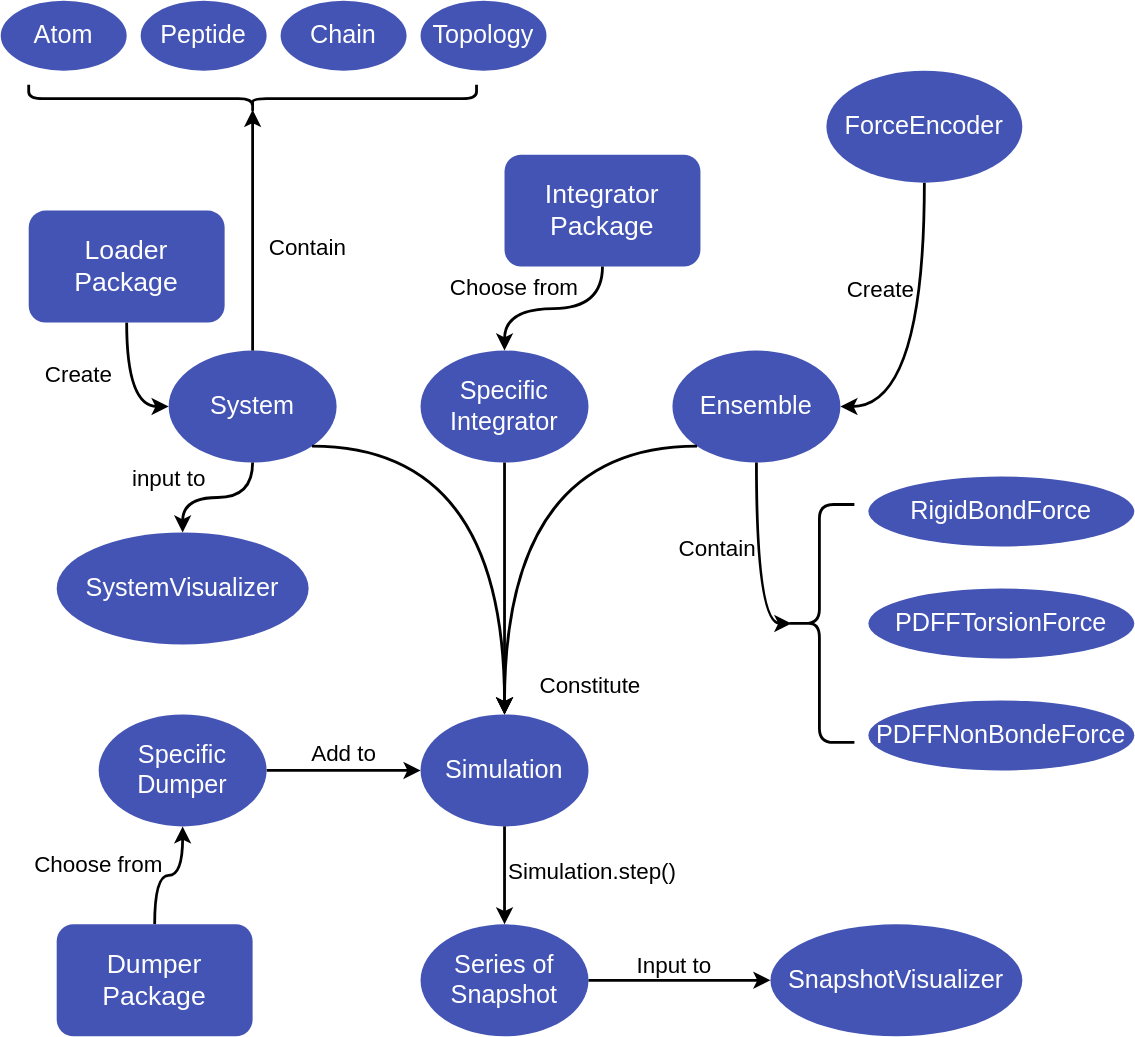
Before: docs/src/quick_start/images/openpd.svg, a diagram exported from draw.io (openpd-dev/openpd). Source tidied: cells renumbered, new cells last; positions are measured from the earlier drawing's top-left corner, leaving out a move shared by most shapes.
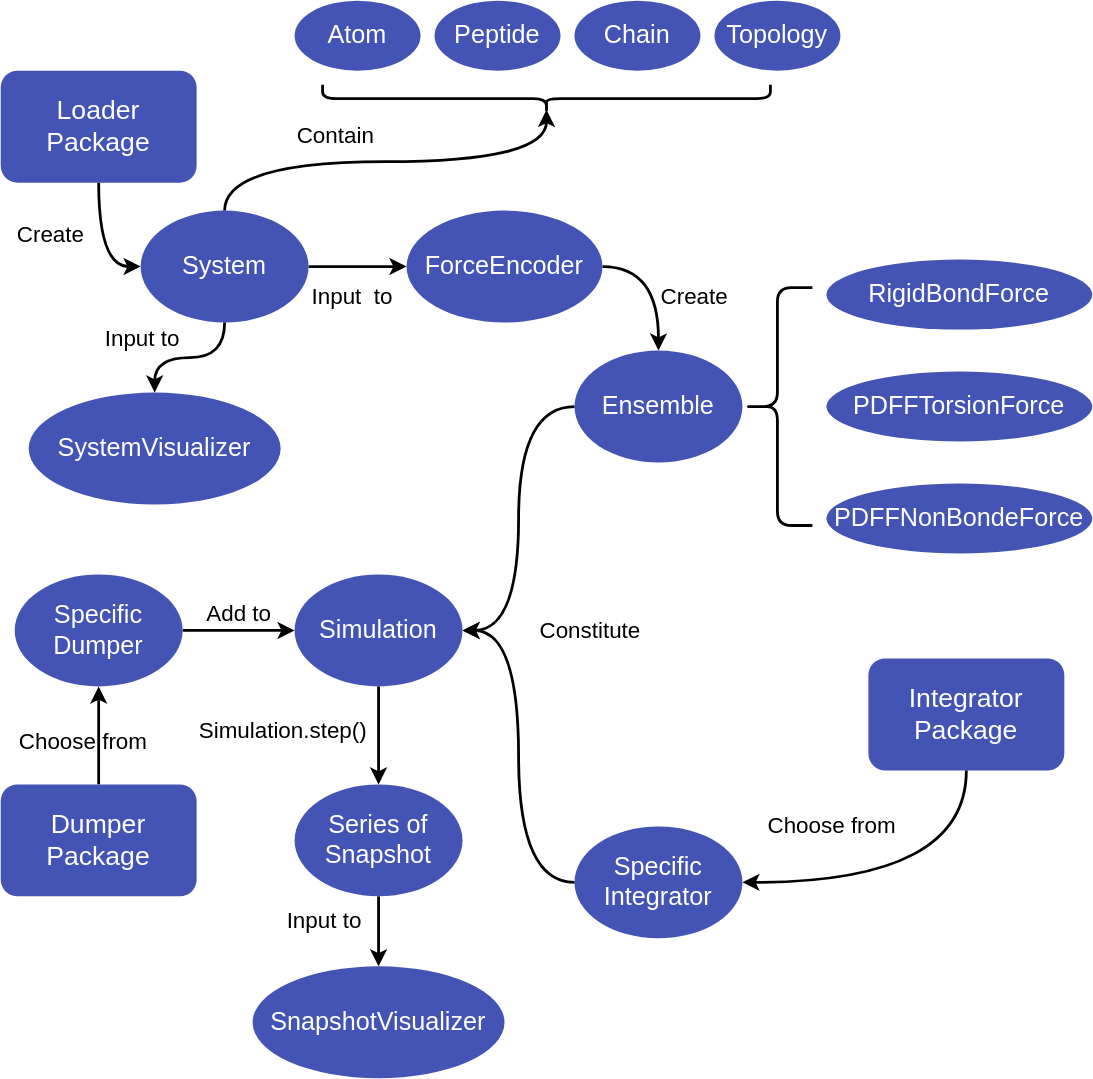
After the commit.

Commit message:
Update openpd flowchart

Change to the diagram source:
```diff
@@ -2,6 +2,14 @@
   <root>
     <mxCell id="0" />
     <mxCell id="1" parent="0" />
+    <mxCell id="46" style="edgeStyle=orthogonalEdgeStyle;rounded=0;jettySize=auto;html=1;exitX=1;exitY=0.5;exitDx=0;exitDy=0;entryX=0;entryY=0.5;entryDx=0;entryDy=0;curved=1;strokeWidth=2;" parent="1" edge="1" source="2" target="16">
+      <mxGeometry relative="1" as="geometry" />
+    </mxCell>
+    <mxCell id="47" value="Input&amp;nbsp; to" style="edgeLabel;html=1;align=center;verticalAlign=middle;fontSize=16;labelBackgroundColor=none;" parent="46" vertex="1">
+      <mxGeometry x="0.44" y="18" relative="1" as="geometry">
+        <mxPoint x="-20.6" y="38" as="offset" />
+      </mxGeometry>
+    </mxCell>
     <mxCell id="2" value="&lt;font color=&quot;#ffffff&quot; style=&quot;font-size: 18px&quot;&gt;System&lt;/font&gt;" style="ellipse;whiteSpace=wrap;html=1;shadow=0;strokeColor=none;fillColor=#4454b4;" parent="1" vertex="1">
       <mxGeometry x="120" y="340" width="120" height="80" as="geometry" />
     </mxCell>
@@ -17,128 +25,119 @@
       <mxGeometry x="20" y="240" width="140" height="80" as="geometry" />
     </mxCell>
     <mxCell id="6" style="shape=curlyBracket;whiteSpace=wrap;html=1;rounded=1;labelBackgroundColor=none;strokeColor=#000000;fillColor=#4050b5;fontSize=16;rotation=-90;shadow=0;strokeWidth=2;" parent="1" vertex="1">
-      <mxGeometry x="170" width="20" height="320" as="geometry" />
+      <mxGeometry x="400" y="100" width="20" height="320" as="geometry" />
     </mxCell>
     <mxCell id="7" style="edgeStyle=orthogonalEdgeStyle;curved=1;rounded=0;jettySize=auto;html=1;exitX=0.5;exitY=0;exitDx=0;exitDy=0;entryX=0.1;entryY=0.5;entryDx=0;entryDy=0;entryPerimeter=0;fontSize=16;strokeWidth=2;" parent="1" edge="1" source="2" target="6">
       <mxGeometry y="240" as="geometry" />
     </mxCell>
     <mxCell id="8" value="Contain" style="edgeLabel;html=1;align=left;verticalAlign=top;fontSize=16;labelBackgroundColor=none;" parent="7" vertex="1">
       <mxGeometry x="-0.12" y="2" relative="1" as="geometry">
-        <mxPoint x="12" y="-14.7" as="offset" />
+        <mxPoint x="-46.9" y="-33.1" as="offset" />
       </mxGeometry>
     </mxCell>
     <mxCell id="9" value="&lt;font color=&quot;#ffffff&quot; style=&quot;font-size: 18px&quot;&gt;Atom&lt;/font&gt;" style="ellipse;whiteSpace=wrap;html=1;shadow=0;strokeColor=none;fillColor=#4454b4;" parent="1" vertex="1">
-      <mxGeometry y="90" width="90" height="50" as="geometry" />
+      <mxGeometry x="230" y="190" width="90" height="50" as="geometry" />
     </mxCell>
     <mxCell id="10" value="&lt;font color=&quot;#ffffff&quot; style=&quot;font-size: 18px&quot;&gt;Peptide&lt;/font&gt;" style="ellipse;whiteSpace=wrap;html=1;shadow=0;strokeColor=none;fillColor=#4454b4;" parent="1" vertex="1">
-      <mxGeometry x="100" y="90" width="90" height="50" as="geometry" />
+      <mxGeometry x="330" y="190" width="90" height="50" as="geometry" />
     </mxCell>
     <mxCell id="11" value="&lt;font color=&quot;#ffffff&quot; style=&quot;font-size: 18px&quot;&gt;Chain&lt;/font&gt;" style="ellipse;whiteSpace=wrap;html=1;shadow=0;strokeColor=none;fillColor=#4454b4;" parent="1" vertex="1">
-      <mxGeometry x="200" y="90" width="90" height="50" as="geometry" />
+      <mxGeometry x="430" y="190" width="90" height="50" as="geometry" />
     </mxCell>
     <mxCell id="12" value="&lt;font color=&quot;#ffffff&quot; style=&quot;font-size: 18px&quot;&gt;Topology&lt;/font&gt;" style="ellipse;whiteSpace=wrap;html=1;shadow=0;strokeColor=none;fillColor=#4454b4;" parent="1" vertex="1">
-      <mxGeometry x="300" y="90" width="90" height="50" as="geometry" />
+      <mxGeometry x="530" y="190" width="90" height="50" as="geometry" />
     </mxCell>
+    <mxCell id="29" style="edgeStyle=orthogonalEdgeStyle;curved=1;rounded=0;jettySize=auto;html=1;exitX=0;exitY=0.5;exitDx=0;exitDy=0;entryX=1;entryY=0.5;entryDx=0;entryDy=0;strokeWidth=2;" parent="1" edge="1" source="13" target="27">
+      <mxGeometry relative="1" as="geometry" />
+    </mxCell>
     <mxCell id="13" value="&lt;font color=&quot;#ffffff&quot; style=&quot;font-size: 18px&quot;&gt;Ensemble&lt;/font&gt;" style="ellipse;whiteSpace=wrap;html=1;shadow=0;strokeColor=none;fillColor=#4454b4;" parent="1" vertex="1">
-      <mxGeometry x="480" y="340" width="120" height="80" as="geometry" />
+      <mxGeometry x="430" y="440" width="120" height="80" as="geometry" />
     </mxCell>
-    <mxCell id="14" style="edgeStyle=orthogonalEdgeStyle;curved=1;rounded=0;jettySize=auto;html=1;exitX=0.5;exitY=1;exitDx=0;exitDy=0;entryX=1;entryY=0.5;entryDx=0;entryDy=0;fontSize=16;strokeWidth=2;" parent="1" edge="1" source="16" target="13">
+    <mxCell id="14" style="edgeStyle=orthogonalEdgeStyle;curved=1;rounded=0;jettySize=auto;html=1;exitX=1;exitY=0.5;exitDx=0;exitDy=0;entryX=0.5;entryY=0;entryDx=0;entryDy=0;fontSize=16;strokeWidth=2;" parent="1" edge="1" source="16" target="13">
       <mxGeometry y="240" as="geometry" />
     </mxCell>
     <mxCell id="15" value="Create" style="edgeLabel;html=1;align=right;verticalAlign=middle;fontSize=16;labelBackgroundColor=none;" parent="14" vertex="1">
-      <mxGeometry x="-0.32" y="-7" relative="1" as="geometry" />
+      <mxGeometry x="-0.32" y="-7" relative="1" as="geometry">
+        <mxPoint x="55.9" y="13" as="offset" />
+      </mxGeometry>
     </mxCell>
     <mxCell id="16" value="&lt;font color=&quot;#ffffff&quot;&gt;&lt;span style=&quot;font-size: 18px&quot;&gt;ForceEncoder&lt;/span&gt;&lt;/font&gt;" style="ellipse;whiteSpace=wrap;html=1;shadow=0;strokeColor=none;fillColor=#4454b4;" parent="1" vertex="1">
-      <mxGeometry x="590" y="140" width="140" height="80" as="geometry" />
+      <mxGeometry x="310" y="340" width="140" height="80" as="geometry" />
     </mxCell>
     <mxCell id="17" value="&lt;font style=&quot;font-size: 19px&quot; color=&quot;#ffffff&quot;&gt;Integrator Package&lt;/font&gt;" style="rounded=1;whiteSpace=wrap;html=1;sketch=0;glass=0;shadow=0;strokeColor=none;fillColor=#4454b4;" parent="1" vertex="1">
-      <mxGeometry x="360" y="200" width="140" height="80" as="geometry" />
+      <mxGeometry x="640" y="660" width="140" height="80" as="geometry" />
     </mxCell>
     <mxCell id="18" style="shape=curlyBracket;whiteSpace=wrap;html=1;rounded=1;labelBackgroundColor=none;strokeColor=#000000;fillColor=#4050b5;fontSize=16;rotation=0;shadow=0;strokeWidth=2;" parent="1" vertex="1">
-      <mxGeometry x="560" y="450" width="50" height="170" as="geometry" />
+      <mxGeometry x="550" y="395" width="50" height="170" as="geometry" />
     </mxCell>
-    <mxCell id="19" style="edgeStyle=orthogonalEdgeStyle;curved=1;rounded=0;jettySize=auto;html=1;exitX=0.5;exitY=1;exitDx=0;exitDy=0;entryX=0.1;entryY=0.5;entryDx=0;entryDy=0;entryPerimeter=0;fontSize=16;strokeWidth=2;" parent="1" edge="1" source="13" target="18">
-      <mxGeometry y="240" as="geometry">
-        <Array as="points">
-          <mxPoint x="540" y="535" />
-        </Array>
-      </mxGeometry>
-    </mxCell>
-    <mxCell id="20" value="Contain" style="edgeLabel;html=1;align=right;verticalAlign=top;fontSize=16;labelBorderColor=none;labelBackgroundColor=none;" parent="19" vertex="1">
-      <mxGeometry x="0.01" y="1" relative="1" as="geometry">
-        <mxPoint x="-1" y="-25" as="offset" />
-      </mxGeometry>
-    </mxCell>
     <mxCell id="21" value="&lt;font color=&quot;#ffffff&quot; style=&quot;font-size: 18px&quot;&gt;PDFFNonBondeForce&lt;/font&gt;" style="ellipse;whiteSpace=wrap;html=1;shadow=0;strokeColor=none;fillColor=#4454b4;" parent="1" vertex="1">
-      <mxGeometry x="620" y="590" width="190" height="50" as="geometry" />
+      <mxGeometry x="610" y="535" width="190" height="50" as="geometry" />
     </mxCell>
     <mxCell id="22" value="&lt;font color=&quot;#ffffff&quot; style=&quot;font-size: 18px&quot;&gt;PDFFTorsionForce&lt;/font&gt;" style="ellipse;whiteSpace=wrap;html=1;shadow=0;strokeColor=none;fillColor=#4454b4;" parent="1" vertex="1">
-      <mxGeometry x="620" y="510" width="190" height="50" as="geometry" />
+      <mxGeometry x="610" y="455" width="190" height="50" as="geometry" />
     </mxCell>
     <mxCell id="23" value="&lt;font color=&quot;#ffffff&quot; style=&quot;font-size: 18px&quot;&gt;RigidBondForce&lt;/font&gt;" style="ellipse;whiteSpace=wrap;html=1;shadow=0;strokeColor=none;fillColor=#4454b4;" parent="1" vertex="1">
-      <mxGeometry x="620" y="430" width="190" height="50" as="geometry" />
+      <mxGeometry x="610" y="375" width="190" height="50" as="geometry" />
     </mxCell>
     <mxCell id="24" value="&lt;font color=&quot;#ffffff&quot;&gt;&lt;span style=&quot;font-size: 18px&quot;&gt;Specific Integrator&lt;/span&gt;&lt;/font&gt;" style="ellipse;whiteSpace=wrap;html=1;shadow=0;strokeColor=none;fillColor=#4454b4;" parent="1" vertex="1">
-      <mxGeometry x="300" y="340" width="120" height="80" as="geometry" />
+      <mxGeometry x="430" y="780" width="120" height="80" as="geometry" />
     </mxCell>
-    <mxCell id="25" style="edgeStyle=orthogonalEdgeStyle;curved=1;rounded=0;jettySize=auto;html=1;exitX=0.5;exitY=1;exitDx=0;exitDy=0;fontSize=16;strokeWidth=2;" parent="1" edge="1" source="17" target="24">
-      <mxGeometry y="240" as="geometry" />
+    <mxCell id="25" style="edgeStyle=orthogonalEdgeStyle;curved=1;rounded=0;jettySize=auto;html=1;exitX=0.5;exitY=1;exitDx=0;exitDy=0;fontSize=16;strokeWidth=2;entryX=1;entryY=0.5;entryDx=0;entryDy=0;" parent="1" edge="1" source="17" target="24">
+      <mxGeometry x="280" y="910" as="geometry" />
     </mxCell>
     <mxCell id="26" value="Choose from" style="edgeLabel;html=1;align=right;verticalAlign=bottom;fontSize=16;labelBackgroundColor=none;" parent="25" vertex="1">
-      <mxGeometry x="-0.27" y="-4" relative="1" as="geometry" />
+      <mxGeometry x="-0.27" y="-4" relative="1" as="geometry">
+        <mxPoint x="-43" y="-26" as="offset" />
+      </mxGeometry>
     </mxCell>
     <mxCell id="27" value="&lt;font color=&quot;#ffffff&quot; style=&quot;font-size: 18px&quot;&gt;Simulation&lt;/font&gt;" style="ellipse;whiteSpace=wrap;html=1;shadow=0;strokeColor=none;fillColor=#4454b4;" parent="1" vertex="1">
-      <mxGeometry x="300" y="600" width="120" height="80" as="geometry" />
+      <mxGeometry x="230" y="600" width="120" height="80" as="geometry" />
     </mxCell>
-    <mxCell id="28" style="edgeStyle=orthogonalEdgeStyle;curved=1;rounded=0;jettySize=auto;html=1;exitX=1;exitY=1;exitDx=0;exitDy=0;entryX=0.5;entryY=0;entryDx=0;entryDy=0;labelBackgroundColor=none;fontSize=16;strokeWidth=2;" parent="1" edge="1" source="2" target="27">
-      <mxGeometry y="240" as="geometry" />
-    </mxCell>
-    <mxCell id="29" style="edgeStyle=orthogonalEdgeStyle;curved=1;rounded=0;jettySize=auto;html=1;exitX=0;exitY=1;exitDx=0;exitDy=0;entryX=0.5;entryY=0;entryDx=0;entryDy=0;labelBackgroundColor=none;fontSize=16;strokeWidth=2;" parent="1" edge="1" source="13" target="27">
-      <mxGeometry y="240" as="geometry" />
-    </mxCell>
-    <mxCell id="30" style="edgeStyle=orthogonalEdgeStyle;curved=1;rounded=0;jettySize=auto;html=1;exitX=0.5;exitY=1;exitDx=0;exitDy=0;labelBackgroundColor=none;fontSize=16;entryX=0.5;entryY=0;entryDx=0;entryDy=0;strokeWidth=2;" parent="1" edge="1" source="24" target="27">
+    <mxCell id="30" style="edgeStyle=orthogonalEdgeStyle;curved=1;rounded=0;jettySize=auto;html=1;labelBackgroundColor=none;fontSize=16;entryX=1;entryY=0.5;entryDx=0;entryDy=0;strokeWidth=2;" parent="1" edge="1" source="24" target="27">
       <mxGeometry y="240" as="geometry" />
     </mxCell>
     <mxCell id="31" value="Constitute" style="edgeLabel;html=1;align=center;verticalAlign=bottom;fontSize=16;labelBackgroundColor=none;horizontal=1;" parent="30" vertex="1">
       <mxGeometry x="-0.22" y="-1" relative="1" as="geometry">
-        <mxPoint x="61" y="99.4" as="offset" />
+        <mxPoint x="48.9" y="-107.1" as="offset" />
       </mxGeometry>
     </mxCell>
     <mxCell id="32" value="Add to" style="edgeStyle=orthogonalEdgeStyle;curved=1;rounded=0;jettySize=auto;html=1;exitX=1;exitY=0.5;exitDx=0;exitDy=0;entryX=0;entryY=0.5;entryDx=0;entryDy=0;fontSize=16;labelBackgroundColor=none;verticalAlign=bottom;strokeWidth=2;" parent="1" edge="1" source="33" target="27">
       <mxGeometry y="240" as="geometry" />
     </mxCell>
     <mxCell id="33" value="&lt;font color=&quot;#ffffff&quot; style=&quot;font-size: 18px&quot;&gt;Specific&lt;br&gt;Dumper&lt;/font&gt;" style="ellipse;whiteSpace=wrap;html=1;shadow=0;strokeColor=none;fillColor=#4454b4;" parent="1" vertex="1">
-      <mxGeometry x="70" y="600" width="120" height="80" as="geometry" />
+      <mxGeometry x="30" y="600" width="120" height="80" as="geometry" />
     </mxCell>
     <mxCell id="34" style="edgeStyle=orthogonalEdgeStyle;curved=1;rounded=0;jettySize=auto;html=1;exitX=0.5;exitY=0;exitDx=0;exitDy=0;entryX=0.5;entryY=1;entryDx=0;entryDy=0;labelBackgroundColor=none;fontSize=16;strokeWidth=2;" parent="1" edge="1" source="36" target="33">
       <mxGeometry y="240" as="geometry" />
     </mxCell>
     <mxCell id="35" value="Choose from" style="edgeLabel;html=1;align=right;verticalAlign=bottom;fontSize=16;labelBackgroundColor=none;" parent="34" vertex="1">
       <mxGeometry x="-0.07" y="-3" relative="1" as="geometry">
-        <mxPoint x="-1" as="offset" />
+        <mxPoint x="32" y="12.9" as="offset" />
       </mxGeometry>
     </mxCell>
     <mxCell id="36" value="&lt;font style=&quot;font-size: 19px&quot; color=&quot;#ffffff&quot;&gt;Dumper Package&lt;/font&gt;" style="rounded=1;whiteSpace=wrap;html=1;sketch=0;glass=0;shadow=0;strokeColor=none;fillColor=#4454b4;" parent="1" vertex="1">
-      <mxGeometry x="40" y="750" width="140" height="80" as="geometry" />
+      <mxGeometry x="20" y="750" width="140" height="80" as="geometry" />
     </mxCell>
     <mxCell id="37" value="&lt;font color=&quot;#ffffff&quot; style=&quot;font-size: 18px&quot;&gt;Series of Snapshot&lt;/font&gt;" style="ellipse;whiteSpace=wrap;html=1;shadow=0;strokeColor=none;fillColor=#4454b4;" parent="1" vertex="1">
-      <mxGeometry x="300" y="750" width="120" height="80" as="geometry" />
+      <mxGeometry x="230" y="750" width="120" height="80" as="geometry" />
     </mxCell>
     <mxCell id="38" style="edgeStyle=orthogonalEdgeStyle;curved=1;rounded=0;jettySize=auto;html=1;exitX=0.5;exitY=1;exitDx=0;exitDy=0;entryX=0.5;entryY=0;entryDx=0;entryDy=0;labelBackgroundColor=none;fontSize=16;fontColor=#000000;strokeWidth=2;" parent="1" edge="1" source="27" target="37">
       <mxGeometry y="240" as="geometry" />
     </mxCell>
     <mxCell id="39" value="Simulation.step()" style="edgeLabel;html=1;align=left;verticalAlign=middle;fontSize=16;fontColor=#000000;labelBackgroundColor=none;" parent="38" vertex="1">
-      <mxGeometry x="-0.11" y="1" relative="1" as="geometry" />
+      <mxGeometry x="-0.11" y="1" relative="1" as="geometry">
+        <mxPoint x="-131" as="offset" />
+      </mxGeometry>
     </mxCell>
     <mxCell id="40" value="&lt;font color=&quot;#ffffff&quot;&gt;&lt;span style=&quot;font-size: 18px&quot;&gt;SnapshotVisualizer&lt;/span&gt;&lt;/font&gt;" style="ellipse;whiteSpace=wrap;html=1;shadow=0;strokeColor=none;fillColor=#4454b4;" parent="1" vertex="1">
-      <mxGeometry x="550" y="750" width="180" height="80" as="geometry" />
+      <mxGeometry x="200" y="880" width="180" height="80" as="geometry" />
     </mxCell>
-    <mxCell id="41" style="edgeStyle=orthogonalEdgeStyle;curved=1;rounded=0;jettySize=auto;html=1;exitX=1;exitY=0.5;exitDx=0;exitDy=0;entryX=0;entryY=0.5;entryDx=0;entryDy=0;labelBackgroundColor=none;fontSize=16;fontColor=#000000;strokeWidth=2;" parent="1" edge="1" source="37" target="40">
+    <mxCell id="41" style="edgeStyle=orthogonalEdgeStyle;curved=1;rounded=0;jettySize=auto;html=1;exitX=0.5;exitY=1;exitDx=0;exitDy=0;entryX=0.5;entryY=0;entryDx=0;entryDy=0;labelBackgroundColor=none;fontSize=16;fontColor=#000000;strokeWidth=2;" parent="1" edge="1" source="37" target="40">
       <mxGeometry y="240" as="geometry" />
     </mxCell>
     <mxCell id="42" value="Input to" style="edgeLabel;html=1;align=center;verticalAlign=bottom;fontSize=16;fontColor=#000000;labelBackgroundColor=none;" parent="41" vertex="1">
       <mxGeometry x="0.25" y="-2" relative="1" as="geometry">
-        <mxPoint x="-21" y="-2" as="offset" />
+        <mxPoint x="-38" y="-3.5" as="offset" />
       </mxGeometry>
     </mxCell>
     <mxCell id="43" value="&lt;font color=&quot;#ffffff&quot;&gt;&lt;span style=&quot;font-size: 18px&quot;&gt;SystemVisualizer&lt;/span&gt;&lt;/font&gt;" style="ellipse;whiteSpace=wrap;html=1;shadow=0;strokeColor=none;fillColor=#4454b4;" parent="1" vertex="1">
@@ -147,7 +146,7 @@
     <mxCell id="44" style="edgeStyle=orthogonalEdgeStyle;curved=1;rounded=0;jettySize=auto;html=1;exitX=0.5;exitY=1;exitDx=0;exitDy=0;entryX=0.5;entryY=0;entryDx=0;entryDy=0;labelBackgroundColor=none;fontSize=16;fontColor=#000000;strokeWidth=2;" parent="1" edge="1" source="2" target="43">
       <mxGeometry y="240" as="geometry" />
     </mxCell>
-    <mxCell id="45" value="input to" style="edgeLabel;html=1;align=center;verticalAlign=middle;fontSize=16;fontColor=#000000;labelBackgroundColor=none;" parent="44" vertex="1">
+    <mxCell id="45" value="Input to" style="edgeLabel;html=1;align=center;verticalAlign=middle;fontSize=16;fontColor=#000000;labelBackgroundColor=none;" parent="44" vertex="1">
       <mxGeometry x="-0.09" y="1" relative="1" as="geometry">
         <mxPoint x="-39.2" y="-16" as="offset" />
       </mxGeometry>
```
